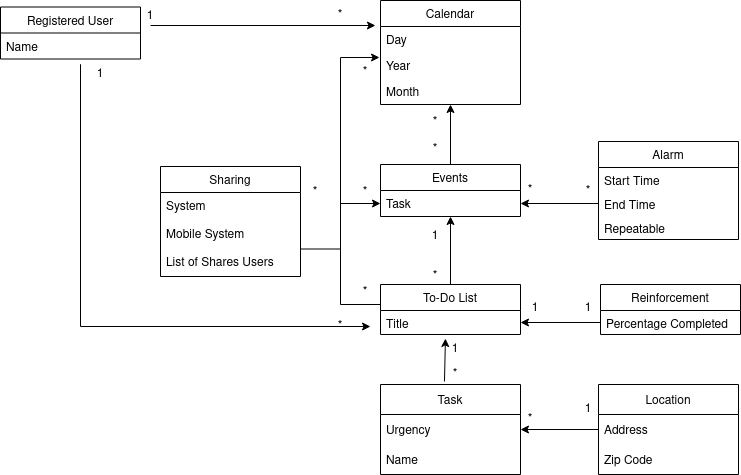
The draw.io diagram Deliverables/Deliverable_Images/D3_diagram.drawio.png in Carhn/PlanItOut, before a commit. Source tidied: cells renumbered, new cells last; positions are measured from the earlier drawing's top-left corner, leaving out a move shared by most shapes.
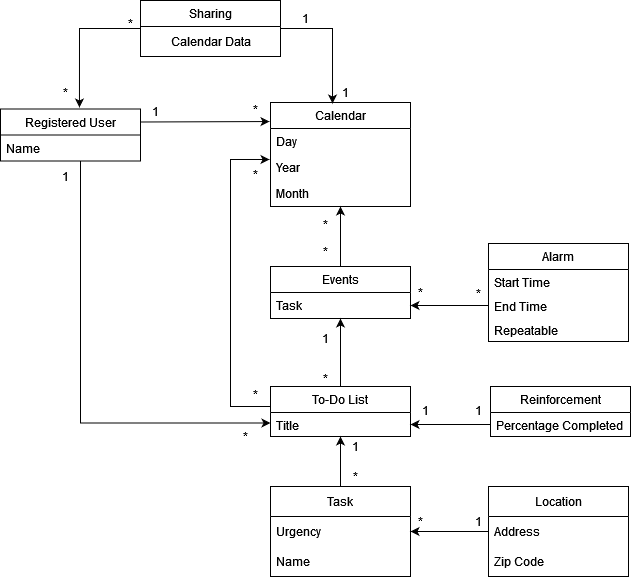
After the commit.

Diff of the diagram source:
```diff
@@ -1,8 +1,8 @@
 <mxGraphModel>
   <root>
-    <mxCell id="0" />
-    <mxCell id="1" parent="0" />
+    <mxCell id="56" />
+    <mxCell id="57" parent="56" />
-    <mxCell id="2" value="Calendar" style="swimlane;fontStyle=0;horizontal=1;startSize=26;fillColor=none;" parent="1" vertex="1">
+    <mxCell id="2" value="Calendar" style="swimlane;fontStyle=0;horizontal=1;startSize=26;fillColor=none;" parent="57" vertex="1">
       <mxGeometry x="380" width="140" height="104" as="geometry" />
     </mxCell>
     <mxCell id="3" value="Day" style="text;strokeColor=none;fillColor=none;align=left;verticalAlign=top;spacingLeft=4;spacingRight=4;overflow=hidden;points=[[0,0.5],[1,0.5]];portConstraint=eastwest;" parent="2" vertex="1">
@@ -14,19 +14,19 @@
     <mxCell id="5" value="Month" style="text;strokeColor=none;fillColor=none;align=left;verticalAlign=top;spacingLeft=4;spacingRight=4;overflow=hidden;" parent="2" vertex="1">
       <mxGeometry y="78" width="140" height="26" as="geometry" />
     </mxCell>
-    <mxCell id="6" style="edgeStyle=orthogonalEdgeStyle;rounded=0;jettySize=auto;html=1;exitX=0.5;exitY=0;exitDx=0;exitDy=0;entryX=0.5;entryY=1;entryDx=0;entryDy=0;" parent="1" edge="1" source="7" target="2">
+    <mxCell id="6" style="edgeStyle=orthogonalEdgeStyle;rounded=0;jettySize=auto;html=1;exitX=0.5;exitY=0;exitDx=0;exitDy=0;entryX=0.5;entryY=1;entryDx=0;entryDy=0;" parent="57" edge="1" source="7" target="2">
       <mxGeometry relative="1" as="geometry" />
     </mxCell>
-    <mxCell id="7" value="Events" style="swimlane;fontStyle=0;horizontal=1;startSize=26;fillColor=none;" parent="1" vertex="1">
+    <mxCell id="7" value="Events" style="swimlane;fontStyle=0;horizontal=1;startSize=26;fillColor=none;" parent="57" vertex="1">
       <mxGeometry x="380" y="164" width="140" height="52" as="geometry" />
     </mxCell>
     <mxCell id="8" value="Task" style="text;strokeColor=none;fillColor=none;align=left;verticalAlign=top;spacingLeft=4;spacingRight=4;overflow=hidden;points=[[0,0.5],[1,0.5]];portConstraint=eastwest;" parent="7" vertex="1">
       <mxGeometry y="26" width="140" height="26" as="geometry" />
     </mxCell>
-    <mxCell id="9" value="*" style="text;html=1;strokeColor=none;fillColor=none;align=center;verticalAlign=middle;whiteSpace=wrap;rounded=0;" parent="1" vertex="1">
-      <mxGeometry x="430" y="144" width="10" height="10" as="geometry" />
-    </mxCell>
+    <mxCell id="58" value="*" style="text;html=1;strokeColor=none;fillColor=none;align=center;verticalAlign=middle;whiteSpace=wrap;rounded=0;" parent="57" vertex="1">
+      <mxGeometry x="430" y="144" width="10" height="10" as="geometry" />
+    </mxCell>
-    <mxCell id="10" value="Alarm" style="swimlane;fontStyle=0;horizontal=1;startSize=26;fillColor=none;" parent="1" vertex="1">
+    <mxCell id="10" value="Alarm" style="swimlane;fontStyle=0;horizontal=1;startSize=26;fillColor=none;" parent="57" vertex="1">
       <mxGeometry x="598" y="141" width="140" height="98" as="geometry" />
     </mxCell>
     <mxCell id="11" value="Start Time" style="text;strokeColor=none;fillColor=none;align=left;verticalAlign=top;spacingLeft=4;spacingRight=4;overflow=hidden;" parent="10" vertex="1">
@@ -38,24 +38,24 @@
     <mxCell id="13" value="Repeatable" style="text;strokeColor=none;fillColor=none;align=left;verticalAlign=top;spacingLeft=4;spacingRight=4;overflow=hidden;" parent="10" vertex="1">
       <mxGeometry y="74" width="140" height="24" as="geometry" />
     </mxCell>
-    <mxCell id="14" value="*" style="text;html=1;strokeColor=none;fillColor=none;align=center;verticalAlign=middle;whiteSpace=wrap;rounded=0;" parent="1" vertex="1">
-      <mxGeometry x="430" y="114" width="10" height="16" as="geometry" />
-    </mxCell>
-    <mxCell id="15" value="*" style="text;html=1;strokeColor=none;fillColor=none;align=center;verticalAlign=middle;whiteSpace=wrap;rounded=0;" parent="1" vertex="1">
-      <mxGeometry x="578" y="182" width="20" height="18" as="geometry" />
-    </mxCell>
-    <mxCell id="16" value="*" style="text;html=1;strokeColor=none;fillColor=none;align=center;verticalAlign=middle;whiteSpace=wrap;rounded=0;" parent="1" vertex="1">
-      <mxGeometry x="520" y="182" width="20" height="16" as="geometry" />
-    </mxCell>
-    <mxCell id="17" style="edgeStyle=orthogonalEdgeStyle;rounded=0;jettySize=auto;html=1;exitX=0;exitY=0.5;exitDx=0;exitDy=0;entryX=1;entryY=0.5;entryDx=0;entryDy=0;" parent="1" edge="1" source="12">
-      <mxGeometry relative="1" as="geometry">
-        <mxPoint x="520" y="203" as="targetPoint" />
-      </mxGeometry>
-    </mxCell>
+    <mxCell id="59" value="*" style="text;html=1;strokeColor=none;fillColor=none;align=center;verticalAlign=middle;whiteSpace=wrap;rounded=0;" parent="57" vertex="1">
+      <mxGeometry x="430" y="114" width="10" height="16" as="geometry" />
+    </mxCell>
+    <mxCell id="60" value="*" style="text;html=1;strokeColor=none;fillColor=none;align=center;verticalAlign=middle;whiteSpace=wrap;rounded=0;" parent="57" vertex="1">
+      <mxGeometry x="578" y="182" width="20" height="18" as="geometry" />
+    </mxCell>
+    <mxCell id="61" value="*" style="text;html=1;strokeColor=none;fillColor=none;align=center;verticalAlign=middle;whiteSpace=wrap;rounded=0;" parent="57" vertex="1">
+      <mxGeometry x="520" y="182" width="20" height="16" as="geometry" />
+    </mxCell>
+    <mxCell id="62" style="edgeStyle=orthogonalEdgeStyle;rounded=0;jettySize=auto;html=1;exitX=0;exitY=0.5;exitDx=0;exitDy=0;entryX=1;entryY=0.5;entryDx=0;entryDy=0;" parent="57" edge="1" source="12">
+      <mxGeometry relative="1" as="geometry">
+        <mxPoint x="520" y="203" as="targetPoint" />
+      </mxGeometry>
+    </mxCell>
-    <mxCell id="18" style="edgeStyle=orthogonalEdgeStyle;rounded=0;jettySize=auto;html=1;exitX=0.5;exitY=0;exitDx=0;exitDy=0;entryX=0.5;entryY=1;entryDx=0;entryDy=0;" parent="1" edge="1" source="20" target="7">
+    <mxCell id="18" style="edgeStyle=orthogonalEdgeStyle;rounded=0;jettySize=auto;html=1;exitX=0.5;exitY=0;exitDx=0;exitDy=0;entryX=0.5;entryY=1;entryDx=0;entryDy=0;" parent="57" edge="1" source="20" target="7">
       <mxGeometry relative="1" as="geometry" />
     </mxCell>
-    <mxCell id="19" style="edgeStyle=orthogonalEdgeStyle;rounded=0;jettySize=auto;html=1;exitX=0;exitY=0.5;exitDx=0;exitDy=0;entryX=-0.007;entryY=0.192;entryDx=0;entryDy=0;entryPerimeter=0;" parent="1" edge="1" source="20" target="4">
+    <mxCell id="19" style="edgeStyle=orthogonalEdgeStyle;rounded=0;jettySize=auto;html=1;exitX=0;exitY=0.5;exitDx=0;exitDy=0;entryX=-0.007;entryY=0.192;entryDx=0;entryDy=0;entryPerimeter=0;" parent="57" edge="1" source="20" target="4">
       <mxGeometry relative="1" as="geometry">
         <Array as="points">
           <mxPoint x="380" y="304" />
@@ -64,55 +64,66 @@
         </Array>
       </mxGeometry>
     </mxCell>
-    <mxCell id="20" value="To-Do List" style="swimlane;fontStyle=0;horizontal=1;startSize=26;fillColor=none;" parent="1" vertex="1">
+    <mxCell id="20" value="To-Do List" style="swimlane;fontStyle=0;horizontal=1;startSize=26;fillColor=none;" parent="57" vertex="1">
       <mxGeometry x="380" y="284" width="140" height="50" as="geometry" />
     </mxCell>
     <mxCell id="21" value="Title" style="text;strokeColor=none;fillColor=none;align=left;verticalAlign=top;spacingLeft=4;spacingRight=4;overflow=hidden;points=[[0,0.5],[1,0.5]];portConstraint=eastwest;" parent="20" vertex="1">
       <mxGeometry y="26" width="140" height="24" as="geometry" />
     </mxCell>
-    <mxCell id="22" value="*" style="text;html=1;strokeColor=none;fillColor=none;align=center;verticalAlign=middle;whiteSpace=wrap;rounded=0;" parent="1" vertex="1">
-      <mxGeometry x="430" y="268" width="10" height="16" as="geometry" />
-    </mxCell>
-    <mxCell id="23" value="1" style="text;html=1;strokeColor=none;fillColor=none;align=center;verticalAlign=middle;whiteSpace=wrap;rounded=0;" parent="1" vertex="1">
-      <mxGeometry x="430" y="228" width="10" height="16" as="geometry" />
-    </mxCell>
-    <mxCell id="24" value="*" style="text;html=1;strokeColor=none;fillColor=none;align=center;verticalAlign=middle;whiteSpace=wrap;rounded=0;" parent="1" vertex="1">
-      <mxGeometry x="360" y="284" width="10" height="16" as="geometry" />
-    </mxCell>
-    <mxCell id="25" value="*" style="text;html=1;strokeColor=none;fillColor=none;align=center;verticalAlign=middle;whiteSpace=wrap;rounded=0;" parent="1" vertex="1">
-      <mxGeometry x="360" y="64" width="10" height="16" as="geometry" />
-    </mxCell>
+    <mxCell id="63" value="*" style="text;html=1;strokeColor=none;fillColor=none;align=center;verticalAlign=middle;whiteSpace=wrap;rounded=0;" parent="57" vertex="1">
+      <mxGeometry x="430" y="268" width="10" height="16" as="geometry" />
+    </mxCell>
+    <mxCell id="64" value="1" style="text;html=1;strokeColor=none;fillColor=none;align=center;verticalAlign=middle;whiteSpace=wrap;rounded=0;" parent="57" vertex="1">
+      <mxGeometry x="430" y="228" width="10" height="16" as="geometry" />
+    </mxCell>
+    <mxCell id="65" value="*" style="text;html=1;strokeColor=none;fillColor=none;align=center;verticalAlign=middle;whiteSpace=wrap;rounded=0;" parent="57" vertex="1">
+      <mxGeometry x="360" y="284" width="10" height="16" as="geometry" />
+    </mxCell>
+    <mxCell id="66" value="*" style="text;html=1;strokeColor=none;fillColor=none;align=center;verticalAlign=middle;whiteSpace=wrap;rounded=0;" parent="57" vertex="1">
+      <mxGeometry x="360" y="64" width="10" height="16" as="geometry" />
+    </mxCell>
-    <mxCell id="26" value="Reinforcement" style="swimlane;fontStyle=0;horizontal=1;startSize=26;fillColor=none;" parent="1" vertex="1">
+    <mxCell id="26" value="Reinforcement" style="swimlane;fontStyle=0;horizontal=1;startSize=26;fillColor=none;" parent="57" vertex="1">
       <mxGeometry x="600" y="284" width="140" height="50" as="geometry" />
     </mxCell>
     <mxCell id="27" value="Percentage Completed" style="text;strokeColor=none;fillColor=none;align=left;verticalAlign=top;spacingLeft=4;spacingRight=4;overflow=hidden;points=[[0,0.5],[1,0.5]];portConstraint=eastwest;" parent="26" vertex="1">
       <mxGeometry y="26" width="140" height="24" as="geometry" />
     </mxCell>
-    <mxCell id="28" style="edgeStyle=orthogonalEdgeStyle;rounded=0;jettySize=auto;html=1;exitX=0;exitY=0.5;exitDx=0;exitDy=0;entryX=1;entryY=0.5;entryDx=0;entryDy=0;" parent="1" edge="1" source="27" target="21">
+    <mxCell id="28" style="edgeStyle=orthogonalEdgeStyle;rounded=0;jettySize=auto;html=1;exitX=0;exitY=0.5;exitDx=0;exitDy=0;entryX=1;entryY=0.5;entryDx=0;entryDy=0;" parent="57" edge="1" source="27" target="21">
       <mxGeometry relative="1" as="geometry" />
     </mxCell>
-    <mxCell id="29" value="1" style="text;html=1;strokeColor=none;fillColor=none;align=center;verticalAlign=middle;whiteSpace=wrap;rounded=0;" parent="1" vertex="1">
-      <mxGeometry x="530" y="300" width="10" height="16" as="geometry" />
-    </mxCell>
-    <mxCell id="30" value="1" style="text;html=1;strokeColor=none;fillColor=none;align=center;verticalAlign=middle;whiteSpace=wrap;rounded=0;" parent="1" vertex="1">
-      <mxGeometry x="583" y="300" width="10" height="16" as="geometry" />
-    </mxCell>
-    <mxCell id="31" style="edgeStyle=orthogonalEdgeStyle;rounded=0;jettySize=auto;html=1;exitX=1;exitY=0.75;exitDx=0;exitDy=0;entryX=0;entryY=0.5;entryDx=0;entryDy=0;" parent="1" edge="1" source="32" target="8">
-      <mxGeometry relative="1" as="geometry" />
-    </mxCell>
+    <mxCell id="67" value="1" style="text;html=1;strokeColor=none;fillColor=none;align=center;verticalAlign=middle;whiteSpace=wrap;rounded=0;" parent="57" vertex="1">
+      <mxGeometry x="530" y="300" width="10" height="16" as="geometry" />
+    </mxCell>
+    <mxCell id="68" value="1" style="text;html=1;strokeColor=none;fillColor=none;align=center;verticalAlign=middle;whiteSpace=wrap;rounded=0;" parent="57" vertex="1">
+      <mxGeometry x="583" y="300" width="10" height="16" as="geometry" />
+    </mxCell>
+    <mxCell id="69" style="edgeStyle=orthogonalEdgeStyle;rounded=0;jettySize=auto;html=1;exitX=0;exitY=0.25;exitDx=0;exitDy=0;entryX=0.564;entryY=-0.029;entryDx=0;entryDy=0;entryPerimeter=0;" parent="57" edge="1" source="32" target="48">
+      <mxGeometry relative="1" as="geometry">
+        <Array as="points">
+          <mxPoint x="250" y="-74" />
+          <mxPoint x="189" y="-74" />
+        </Array>
+      </mxGeometry>
+    </mxCell>
+    <mxCell id="70" style="edgeStyle=orthogonalEdgeStyle;rounded=0;jettySize=auto;html=1;exitX=1;exitY=0.5;exitDx=0;exitDy=0;entryX=0.443;entryY=0.01;entryDx=0;entryDy=0;entryPerimeter=0;" parent="57" edge="1" source="32" target="2">
+      <mxGeometry relative="1" as="geometry" />
+    </mxCell>
-    <mxCell id="32" value="Sharing" style="swimlane;fontStyle=0;horizontal=1;startSize=26;fillColor=none;" parent="1" vertex="1">
-      <mxGeometry x="160" y="166" width="140" height="110" as="geometry" />
+    <mxCell id="32" value="Sharing" style="swimlane;fontStyle=0;horizontal=1;startSize=26;fillColor=none;" parent="57" vertex="1">
+      <mxGeometry x="250" y="-102" width="140" height="56" as="geometry" />
     </mxCell>
-    <mxCell id="33" value="System&#10;&#10;Mobile System&#10;&#10;List of Shares Users" style="text;strokeColor=none;fillColor=none;align=left;verticalAlign=top;spacingLeft=4;spacingRight=4;overflow=hidden;" parent="32" vertex="1">
-      <mxGeometry y="26" width="140" height="84" as="geometry" />
-    </mxCell>
-    <mxCell id="34" value="*" style="text;html=1;strokeColor=none;fillColor=none;align=center;verticalAlign=middle;whiteSpace=wrap;rounded=0;" parent="1" vertex="1">
-      <mxGeometry x="310" y="184" width="10" height="16" as="geometry" />
-    </mxCell>
-    <mxCell id="35" value="*" style="text;html=1;strokeColor=none;fillColor=none;align=center;verticalAlign=middle;whiteSpace=wrap;rounded=0;" parent="1" vertex="1">
-      <mxGeometry x="360" y="187" width="10" height="10" as="geometry" />
-    </mxCell>
+    <mxCell id="71" value="Calendar Data" style="text;html=1;align=center;verticalAlign=middle;strokeColor=none;fillColor=none;" parent="32" vertex="1">
+      <mxGeometry y="26" width="140" height="30" as="geometry" />
+    </mxCell>
+    <mxCell id="72" value="1" style="text;html=1;strokeColor=none;fillColor=none;align=center;verticalAlign=middle;whiteSpace=wrap;rounded=0;" parent="57" vertex="1">
+      <mxGeometry x="450" y="-18" width="10" height="16" as="geometry" />
+    </mxCell>
+    <mxCell id="73" value="1" style="text;html=1;strokeColor=none;fillColor=none;align=center;verticalAlign=middle;whiteSpace=wrap;rounded=0;" parent="57" vertex="1">
+      <mxGeometry x="410" y="-89" width="10" height="10" as="geometry" />
+    </mxCell>
+    <mxCell id="74" style="edgeStyle=none;rounded=0;jettySize=auto;html=1;exitX=0.5;exitY=0;exitDx=0;exitDy=0;entryX=0.5;entryY=1;entryDx=0;entryDy=0;" parent="57" edge="1" source="36" target="20">
+      <mxGeometry relative="1" as="geometry" />
+    </mxCell>
-    <mxCell id="36" value="Task" style="swimlane;fontStyle=0;horizontal=1;startSize=30;" parent="1" vertex="1">
+    <mxCell id="36" value="Task" style="swimlane;fontStyle=0;horizontal=1;startSize=30;" parent="57" vertex="1">
       <mxGeometry x="380" y="384" width="140" height="90" as="geometry" />
     </mxCell>
     <mxCell id="37" value="Urgency" style="text;strokeColor=none;fillColor=none;align=left;verticalAlign=middle;spacingLeft=4;spacingRight=4;overflow=hidden;points=[[0,0.5],[1,0.5]];portConstraint=eastwest;" parent="36" vertex="1">
@@ -121,10 +132,7 @@
     <mxCell id="38" value="Name" style="text;strokeColor=none;fillColor=none;align=left;verticalAlign=middle;spacingLeft=4;spacingRight=4;overflow=hidden;" parent="36" vertex="1">
       <mxGeometry y="60" width="140" height="30" as="geometry" />
     </mxCell>
-    <mxCell id="39" style="endArrow=classic;html=1;rounded=0;entryX=0.464;entryY=1.167;entryDx=0;entryDy=0;entryPerimeter=0;exitX=0.457;exitY=-0.033;exitDx=0;exitDy=0;exitPerimeter=0;" parent="1" edge="1" source="36" target="21">
-      <mxGeometry relative="1" as="geometry" />
-    </mxCell>
-    <mxCell id="40" value="Location" style="swimlane;fontStyle=0;horizontal=1;startSize=30;" parent="1" vertex="1">
+    <mxCell id="40" value="Location" style="swimlane;fontStyle=0;horizontal=1;startSize=30;" parent="57" vertex="1">
       <mxGeometry x="598" y="384" width="140" height="90" as="geometry" />
     </mxCell>
     <mxCell id="41" value="Address" style="text;strokeColor=none;fillColor=none;align=left;verticalAlign=middle;spacingLeft=4;spacingRight=4;overflow=hidden;points=[[0,0.5],[1,0.5]];portConstraint=eastwest;" parent="40" vertex="1">
@@ -133,52 +141,57 @@
     <mxCell id="42" value="Zip Code" style="text;strokeColor=none;fillColor=none;align=left;verticalAlign=middle;spacingLeft=4;spacingRight=4;overflow=hidden;" parent="40" vertex="1">
       <mxGeometry y="60" width="140" height="30" as="geometry" />
     </mxCell>
-    <mxCell id="43" style="endArrow=classic;html=1;rounded=0;entryX=1;entryY=0.5;entryDx=0;entryDy=0;exitX=0;exitY=0.5;exitDx=0;exitDy=0;" parent="1" edge="1" source="41" target="37">
+    <mxCell id="43" style="endArrow=classic;html=1;rounded=0;entryX=1;entryY=0.5;entryDx=0;entryDy=0;exitX=0;exitY=0.5;exitDx=0;exitDy=0;" parent="57" edge="1" source="41" target="37">
       <mxGeometry relative="1" as="geometry" />
     </mxCell>
-    <mxCell id="44" value="1" style="text;html=1;strokeColor=none;fillColor=none;align=center;verticalAlign=middle;whiteSpace=wrap;rounded=0;" parent="1" vertex="1">
-      <mxGeometry x="583" y="394" width="10" height="30" as="geometry" />
-    </mxCell>
-    <mxCell id="45" value="*" style="text;html=1;strokeColor=none;fillColor=none;align=center;verticalAlign=middle;whiteSpace=wrap;rounded=0;" parent="1" vertex="1">
-      <mxGeometry x="525" y="404" width="10" height="30" as="geometry" />
-    </mxCell>
-    <mxCell id="46" value="1" style="text;html=1;strokeColor=none;fillColor=none;align=center;verticalAlign=middle;whiteSpace=wrap;rounded=0;" parent="1" vertex="1">
-      <mxGeometry x="450" y="334" width="10" height="30" as="geometry" />
-    </mxCell>
-    <mxCell id="47" value="*" style="text;html=1;strokeColor=none;fillColor=none;align=center;verticalAlign=middle;whiteSpace=wrap;rounded=0;" parent="1" vertex="1">
-      <mxGeometry x="450" y="358.5" width="10" height="30" as="geometry" />
-    </mxCell>
+    <mxCell id="75" value="1" style="text;html=1;strokeColor=none;fillColor=none;align=center;verticalAlign=middle;whiteSpace=wrap;rounded=0;" parent="57" vertex="1">
+      <mxGeometry x="583" y="404" width="10" height="30" as="geometry" />
+    </mxCell>
+    <mxCell id="76" value="*" style="text;html=1;strokeColor=none;fillColor=none;align=center;verticalAlign=middle;whiteSpace=wrap;rounded=0;" parent="57" vertex="1">
+      <mxGeometry x="525" y="404" width="10" height="30" as="geometry" />
+    </mxCell>
+    <mxCell id="77" value="1" style="text;html=1;strokeColor=none;fillColor=none;align=center;verticalAlign=middle;whiteSpace=wrap;rounded=0;" parent="57" vertex="1">
+      <mxGeometry x="460" y="328.5" width="10" height="30" as="geometry" />
+    </mxCell>
+    <mxCell id="78" value="*" style="text;html=1;strokeColor=none;fillColor=none;align=center;verticalAlign=middle;whiteSpace=wrap;rounded=0;" parent="57" vertex="1">
+      <mxGeometry x="460" y="358.5" width="10" height="30" as="geometry" />
+    </mxCell>
+    <mxCell id="79" style="rounded=0;jettySize=auto;html=1;exitX=1;exitY=0.25;exitDx=0;exitDy=0;entryX=-0.007;entryY=0.183;entryDx=0;entryDy=0;entryPerimeter=0;" parent="57" edge="1" source="48" target="2">
+      <mxGeometry relative="1" as="geometry" />
+    </mxCell>
-    <mxCell id="48" value="Registered User" style="swimlane;fontStyle=0;horizontal=1;startSize=26;fillColor=none;" parent="1" vertex="1">
-      <mxGeometry y="6.5" width="140" height="52" as="geometry" />
+    <mxCell id="48" value="Registered User" style="swimlane;fontStyle=0;horizontal=1;startSize=26;fillColor=none;" parent="57" vertex="1">
+      <mxGeometry x="110" y="6.5" width="140" height="52" as="geometry" />
     </mxCell>
     <mxCell id="49" value="Name" style="text;strokeColor=none;fillColor=none;align=left;verticalAlign=top;spacingLeft=4;spacingRight=4;overflow=hidden;" parent="48" vertex="1">
       <mxGeometry y="26" width="140" height="26" as="geometry" />
     </mxCell>
-    <mxCell id="50" style="endArrow=classic;html=1;rounded=0;entryX=-0.036;entryY=-0.038;entryDx=0;entryDy=0;entryPerimeter=0;" parent="1" edge="1" target="3">
-      <mxGeometry relative="1" as="geometry">
-        <mxPoint x="150" y="25" as="sourcePoint" />
-      </mxGeometry>
-    </mxCell>
-    <mxCell id="51" value="*" style="text;html=1;strokeColor=none;fillColor=none;align=center;verticalAlign=middle;whiteSpace=wrap;rounded=0;" parent="1" vertex="1">
-      <mxGeometry x="310" y="6.5" width="60" height="17" as="geometry" />
-    </mxCell>
-    <mxCell id="52" value="1" style="text;html=1;strokeColor=none;fillColor=none;align=center;verticalAlign=middle;whiteSpace=wrap;rounded=0;" parent="1" vertex="1">
-      <mxGeometry x="120" y="7" width="60" height="17" as="geometry" />
-    </mxCell>
-    <mxCell id="53" style="endArrow=classic;html=1;rounded=0;entryX=1;entryY=0.5;entryDx=0;entryDy=0;" parent="1" edge="1" target="54">
-      <mxGeometry relative="1" as="geometry">
-        <mxPoint x="80" y="316" as="sourcePoint" />
-        <Array as="points">
-          <mxPoint x="80" y="64" />
-          <mxPoint x="80" y="326" />
-        </Array>
-      </mxGeometry>
-    </mxCell>
-    <mxCell id="54" value="*" style="text;html=1;strokeColor=none;fillColor=none;align=center;verticalAlign=middle;whiteSpace=wrap;rounded=0;" parent="1" vertex="1">
-      <mxGeometry x="310" y="316" width="60" height="20" as="geometry" />
-    </mxCell>
-    <mxCell id="55" value="1" style="text;html=1;strokeColor=none;fillColor=none;align=center;verticalAlign=middle;whiteSpace=wrap;rounded=0;" parent="1" vertex="1">
-      <mxGeometry x="70" y="64" width="60" height="20" as="geometry" />
-    </mxCell>
+    <mxCell id="80" value="*" style="text;html=1;strokeColor=none;fillColor=none;align=center;verticalAlign=middle;whiteSpace=wrap;rounded=0;" parent="57" vertex="1">
+      <mxGeometry x="345" y="-2" width="40" height="17" as="geometry" />
+    </mxCell>
+    <mxCell id="81" value="1" style="text;html=1;strokeColor=none;fillColor=none;align=center;verticalAlign=middle;whiteSpace=wrap;rounded=0;" parent="57" vertex="1">
+      <mxGeometry x="250" width="30" height="17" as="geometry" />
+    </mxCell>
+    <mxCell id="82" style="endArrow=classic;html=1;rounded=0;entryX=1;entryY=0.5;entryDx=0;entryDy=0;" parent="57" edge="1">
+      <mxGeometry relative="1" as="geometry">
+        <mxPoint x="190" y="310.5" as="sourcePoint" />
+        <mxPoint x="380" y="320.5" as="targetPoint" />
+        <Array as="points">
+          <mxPoint x="190" y="58.5" />
+          <mxPoint x="190" y="320.5" />
+        </Array>
+      </mxGeometry>
+    </mxCell>
+    <mxCell id="83" value="*" style="text;html=1;strokeColor=none;fillColor=none;align=center;verticalAlign=middle;whiteSpace=wrap;rounded=0;" parent="57" vertex="1">
+      <mxGeometry x="210" y="-89" width="60" height="20" as="geometry" />
+    </mxCell>
+    <mxCell id="84" value="1" style="text;html=1;strokeColor=none;fillColor=none;align=center;verticalAlign=middle;whiteSpace=wrap;rounded=0;" parent="57" vertex="1">
+      <mxGeometry x="170" y="64" width="10" height="20" as="geometry" />
+    </mxCell>
+    <mxCell id="85" value="*" style="text;html=1;strokeColor=none;fillColor=none;align=center;verticalAlign=middle;whiteSpace=wrap;rounded=0;" parent="57" vertex="1">
+      <mxGeometry x="145" y="-20" width="60" height="20" as="geometry" />
+    </mxCell>
+    <mxCell id="86" value="*" style="text;html=1;strokeColor=none;fillColor=none;align=center;verticalAlign=middle;whiteSpace=wrap;rounded=0;" parent="57" vertex="1">
+      <mxGeometry x="350" y="324" width="10" height="20" as="geometry" />
+    </mxCell>
   </root>
 </mxGraphModel>
```
